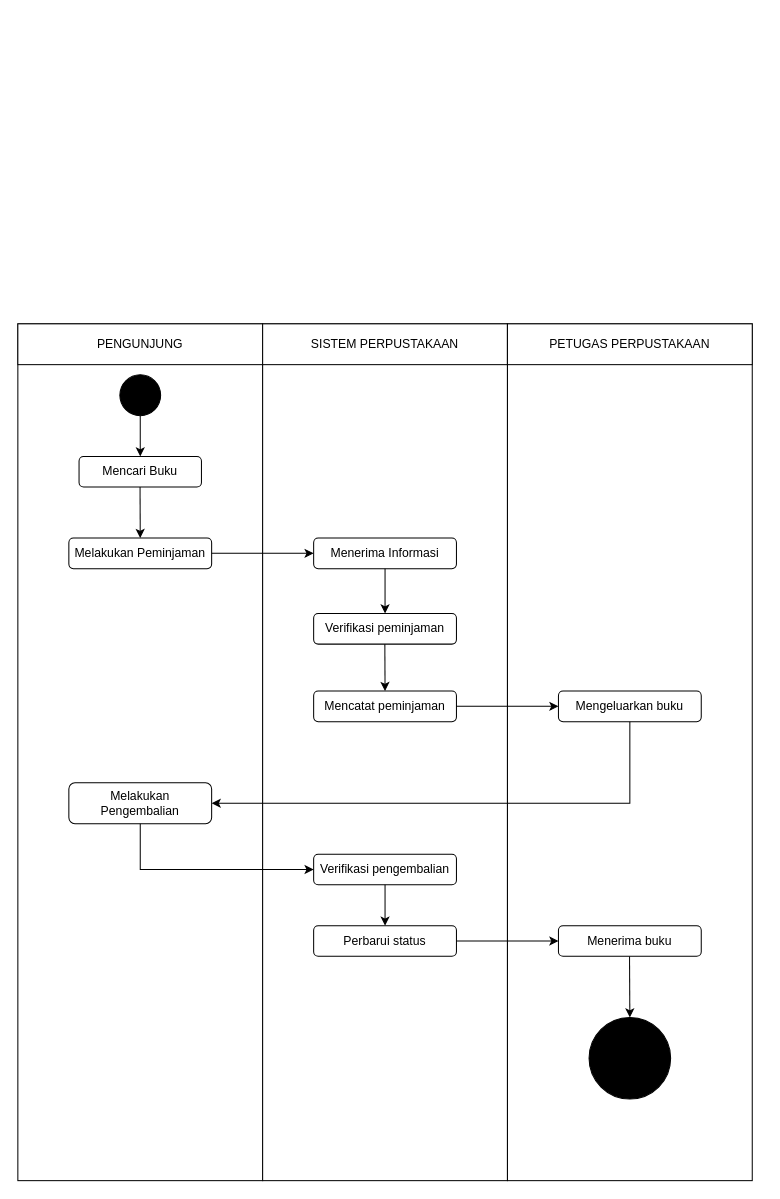
Above: Activity Diagram.drawio in descamp-aji/descamp-aji.github.io (draw.io), before the change. Source tidied: cells renumbered, new cells numbered last; positions are measured from the earlier drawing's top-left corner, leaving out a move shared by most shapes. Both pictures are drawn from the tidied source at 102%, with x=0, y=0 at pixel (17, 323).
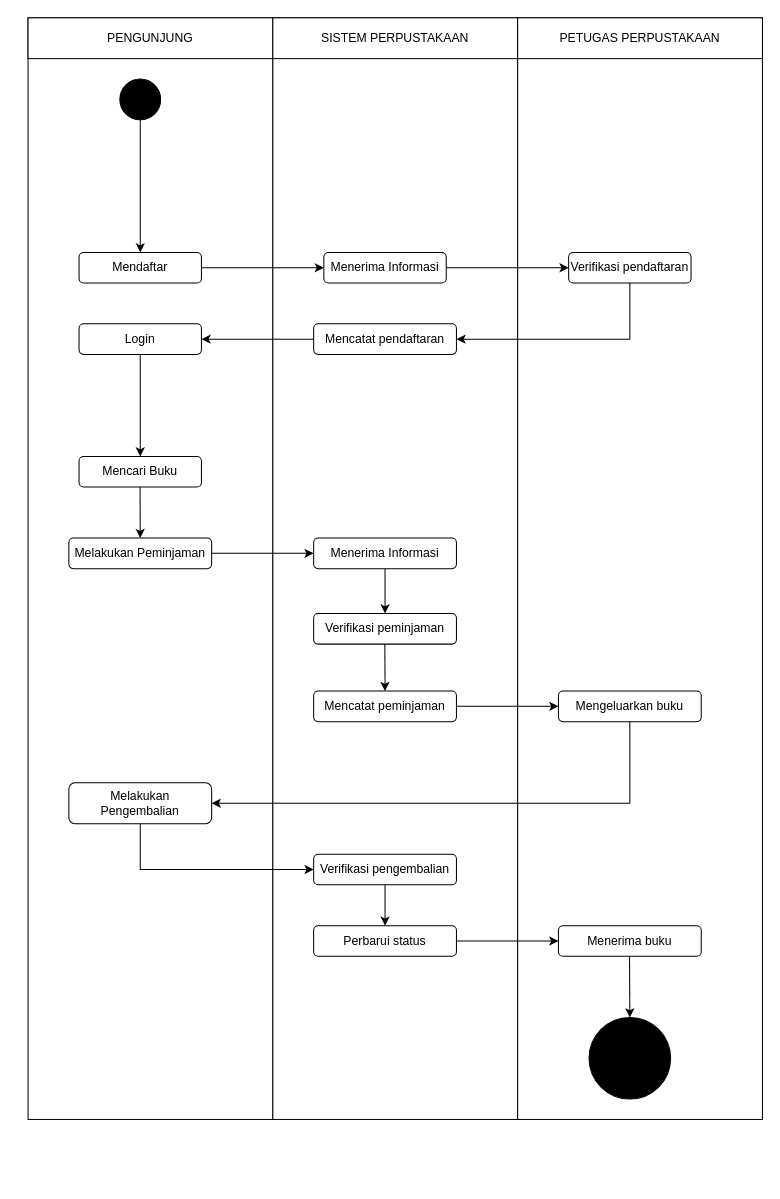
Above is the later version.

Unchanged cells that the change refers to:
```xml
<mxCell id="7" value="Mencari Buku" style="rounded=1;whiteSpace=wrap;html=1;" parent="1" vertex="1">
  <mxGeometry x="60" y="130" width="120" height="30" as="geometry" />
</mxCell>
```

Change to the diagram source:
```diff
@@
     <mxCell id="2" style="rounded=0;whiteSpace=wrap;html=1;" parent="1" vertex="1">
-      <mxGeometry width="240" height="840" as="geometry" />
+      <mxGeometry x="10" y="-300" width="240" height="1080" as="geometry" />
     </mxCell>
     <mxCell id="3" style="rounded=0;whiteSpace=wrap;html=1;" parent="1" vertex="1">
-      <mxGeometry x="240" width="240" height="840" as="geometry" />
+      <mxGeometry x="250" y="-300" width="240" height="1080" as="geometry" />
     </mxCell>
     <mxCell id="4" value="PENGUNJUNG" style="rounded=0;whiteSpace=wrap;html=1;" parent="1" vertex="1">
-      <mxGeometry width="240" height="40" as="geometry" />
+      <mxGeometry x="10" y="-300" width="240" height="40" as="geometry" />
     </mxCell>
     <mxCell id="5" value="SISTEM PERPUSTAKAAN" style="rounded=0;whiteSpace=wrap;html=1;" parent="1" vertex="1">
-      <mxGeometry x="240" width="240" height="40" as="geometry" />
+      <mxGeometry x="250" y="-300" width="240" height="40" as="geometry" />
     </mxCell>
     <mxCell id="6" style="ellipse;whiteSpace=wrap;html=1;fillColor=#000000;" parent="1" vertex="1">
-      <mxGeometry x="100" y="50" width="40" height="40" as="geometry" />
+      <mxGeometry x="100" y="-240" width="40" height="40" as="geometry" />
     </mxCell>
@@
-    <mxCell id="9" style="endArrow=classic;html=1;rounded=0;exitX=0.5;exitY=1;exitDx=0;exitDy=0;" parent="1" edge="1" source="6" target="7">
-      <mxGeometry relative="1" as="geometry" />
-    </mxCell>
@@
     <mxCell id="18" style="rounded=0;whiteSpace=wrap;html=1;" parent="1" vertex="1">
-      <mxGeometry x="480" width="240" height="840" as="geometry" />
+      <mxGeometry x="490" y="-300" width="240" height="1080" as="geometry" />
     </mxCell>
     <mxCell id="19" value="PETUGAS PERPUSTAKAAN" style="rounded=0;whiteSpace=wrap;html=1;" parent="1" vertex="1">
-      <mxGeometry x="480" width="240" height="40" as="geometry" />
+      <mxGeometry x="490" y="-300" width="240" height="40" as="geometry" />
     </mxCell>
@@
+    <mxCell id="31" value="Mendaftar" style="rounded=1;whiteSpace=wrap;html=1;" parent="1" vertex="1">
+      <mxGeometry x="60" y="-70" width="120" height="30" as="geometry" />
+    </mxCell>
+    <mxCell id="32" value="Menerima Informasi" style="rounded=1;whiteSpace=wrap;html=1;" parent="1" vertex="1">
+      <mxGeometry x="300" y="-70" width="120" height="30" as="geometry" />
+    </mxCell>
+    <mxCell id="33" value="Verifikasi pendaftaran" style="rounded=1;whiteSpace=wrap;html=1;" parent="1" vertex="1">
+      <mxGeometry x="540" y="-70" width="120" height="30" as="geometry" />
+    </mxCell>
+    <mxCell id="34" value="Mencatat pendaftaran" style="rounded=1;whiteSpace=wrap;html=1;" parent="1" vertex="1">
+      <mxGeometry x="290" width="140" height="30" as="geometry" />
+    </mxCell>
+    <mxCell id="35" value="Login" style="rounded=1;whiteSpace=wrap;html=1;" parent="1" vertex="1">
+      <mxGeometry x="60" width="120" height="30" as="geometry" />
+    </mxCell>
+    <mxCell id="36" style="endArrow=classic;html=1;rounded=0;exitX=0.5;exitY=1;exitDx=0;exitDy=0;entryX=1;entryY=0.5;entryDx=0;entryDy=0;" parent="1" edge="1" source="33" target="34">
+      <mxGeometry relative="1" as="geometry">
+        <Array as="points">
+          <mxPoint x="600" y="15" />
+        </Array>
+      </mxGeometry>
+    </mxCell>
+    <mxCell id="37" style="endArrow=classic;html=1;rounded=0;exitX=1;exitY=0.5;exitDx=0;exitDy=0;entryX=0;entryY=0.5;entryDx=0;entryDy=0;" parent="1" edge="1" source="32" target="33">
+      <mxGeometry relative="1" as="geometry" />
+    </mxCell>
+    <mxCell id="38" style="endArrow=classic;html=1;rounded=0;exitX=1;exitY=0.5;exitDx=0;exitDy=0;entryX=0;entryY=0.5;entryDx=0;entryDy=0;" parent="1" edge="1" source="31" target="32">
+      <mxGeometry relative="1" as="geometry" />
+    </mxCell>
+    <mxCell id="39" style="endArrow=classic;html=1;rounded=0;exitX=0;exitY=0.5;exitDx=0;exitDy=0;entryX=1;entryY=0.5;entryDx=0;entryDy=0;" parent="1" edge="1" source="34" target="35">
+      <mxGeometry relative="1" as="geometry" />
+    </mxCell>
+    <mxCell id="40" style="endArrow=classic;html=1;rounded=0;entryX=0.5;entryY=0;entryDx=0;entryDy=0;exitX=0.5;exitY=1;exitDx=0;exitDy=0;" parent="1" edge="1" source="35" target="7">
+      <mxGeometry relative="1" as="geometry" />
+    </mxCell>
+    <mxCell id="41" style="endArrow=classic;html=1;rounded=0;entryX=0.5;entryY=0;entryDx=0;entryDy=0;exitX=0.5;exitY=1;exitDx=0;exitDy=0;" parent="1" edge="1" source="6" target="31">
+      <mxGeometry relative="1" as="geometry" />
+    </mxCell>
```
